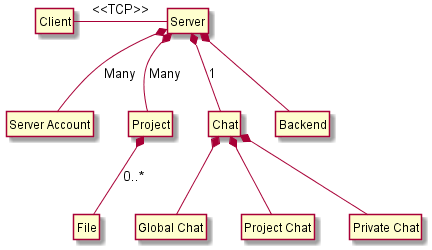
Earlier version of the PlantUML export hw3/server.png (voxelv/sQuire_kw).
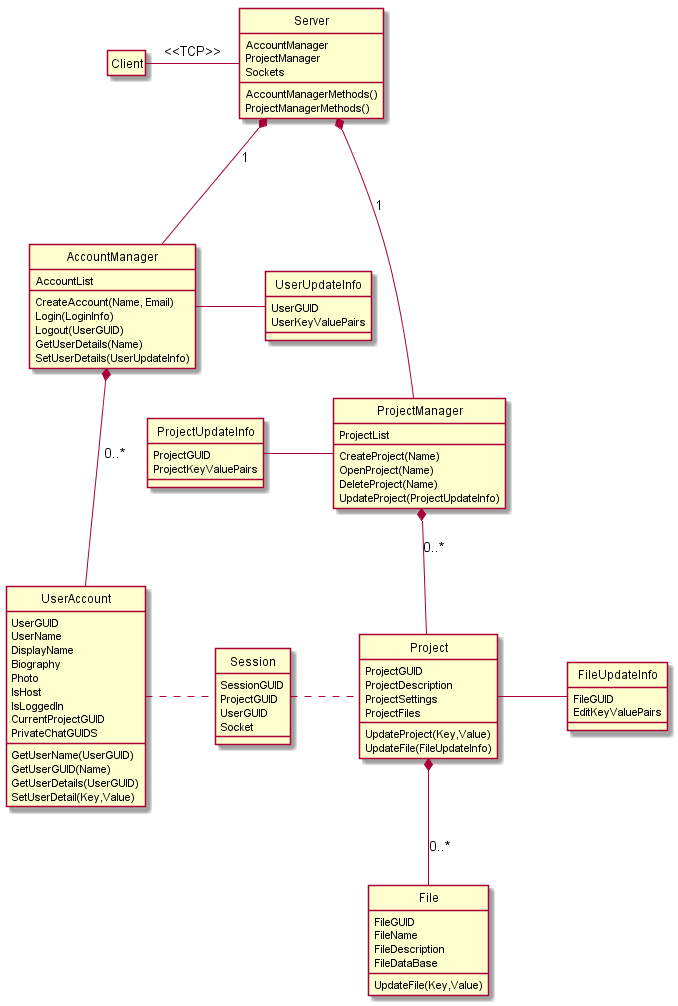
The same diagram one commit later.

Diff of the diagram source:
```diff
@@ -2,28 +2,103 @@
 hide circle
 hide empty members
 
-class "Server" as sqs
-class "Server Account" as ua
 class "Client" as sq
-class "Project" as sqp
-class "File" as sqf
-class "Chat" as chat
-class "Global Chat" as gchat
-class "Project Chat" as pchat
-class "Private Chat" as fchat
-class "Backend" as bkg
+
+class "Server" as sqs{
+	AccountManager
+	ProjectManager
+	Sockets
+	AccountManagerMethods()
+	ProjectManagerMethods()
+	}
+
+class "AccountManager" as uam{
+	AccountList
+	CreateAccount(Name, Email)
+	Login(LoginInfo)
+	Logout(UserGUID)
+	GetUserDetails(Name)
+	SetUserDetails(UserUpdateInfo)
+	}
+class "ProjectManager" as sqpm{
+	ProjectList
+	CreateProject(Name)
+	OpenProject(Name)
+	DeleteProject(Name)
+	UpdateProject(ProjectUpdateInfo)
+	}
+class "Session" as ses{
+	SessionGUID
+	ProjectGUID
+	UserGUID
+	Socket
+	}
+class "UserAccount" as ua{
+	UserGUID
+	UserName
+	DisplayName
+	Biography
+	Photo
+	IsHost
+	IsLoggedIn
+	CurrentProjectGUID
+	PrivateChatGUIDS
+	GetUserName(UserGUID)
+	GetUserGUID(Name)
+	GetUserDetails(UserGUID)
+	SetUserDetail(Key,Value)
+	}
+class "Project" as sqp{
+	ProjectGUID
+	ProjectDescription
+	ProjectSettings
+	ProjectFiles
+	UpdateProject(Key,Value)
+	UpdateFile(FileUpdateInfo)
+	}
+
+class "File" as sqf{
+	FileGUID
+	FileName
+	FileDescription
+	FileDataBase
+	UpdateFile(Key,Value)
+	}
+
+class "UserUpdateInfo" as uaui{
+	UserGUID
+	UserKeyValuePairs
+	}
+
+class "ProjectUpdateInfo" as sqpui{
+	ProjectGUID
+	ProjectKeyValuePairs
+	}
+
+class "FileUpdateInfo" as sqfui{
+	FileGUID
+	EditKeyValuePairs
+	}
 
 sq -right- sqs : <<TCP>>
 
-sqs *-- sqp : Many
-sqs *-- ua : Many
-sqs *-- chat : 1
-sqs *-- bkg
+sqs *--- sqpm : 1
+sqs *-- uam : 1
 
-chat *-- gchat
-chat *-- pchat
-chat *-- fchat
+sqpm -left sqpui
+
+ses .left. ua
+ses .right. sqp
+
+uam *-- ua : 0..*
+uam - uaui
+
+sqpm *-- sqp : 0..*
 
 sqp *-- sqf : 0..*
 
+sqp - sqfui
+
+
+
 @enduml
```
